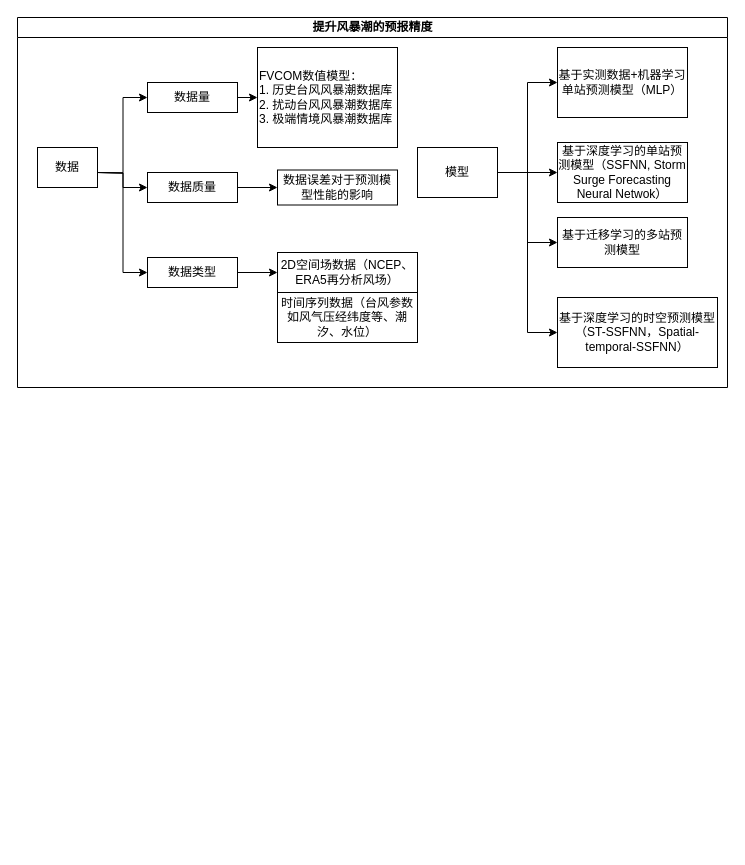
This is 硕士论文.drawio from Xylitolor/Xylitolee, a draw.io file, before an edit. Source tidied: cells renumbered, new cells numbered last; positions are measured from the earlier drawing's top-left corner, leaving out a move shared by most shapes. Both pictures are drawn from the tidied source at 100%, with x=0, y=0 at pixel (17, 17). Pictures stored in the file or linked from it are replaced by grey dashed boxes.
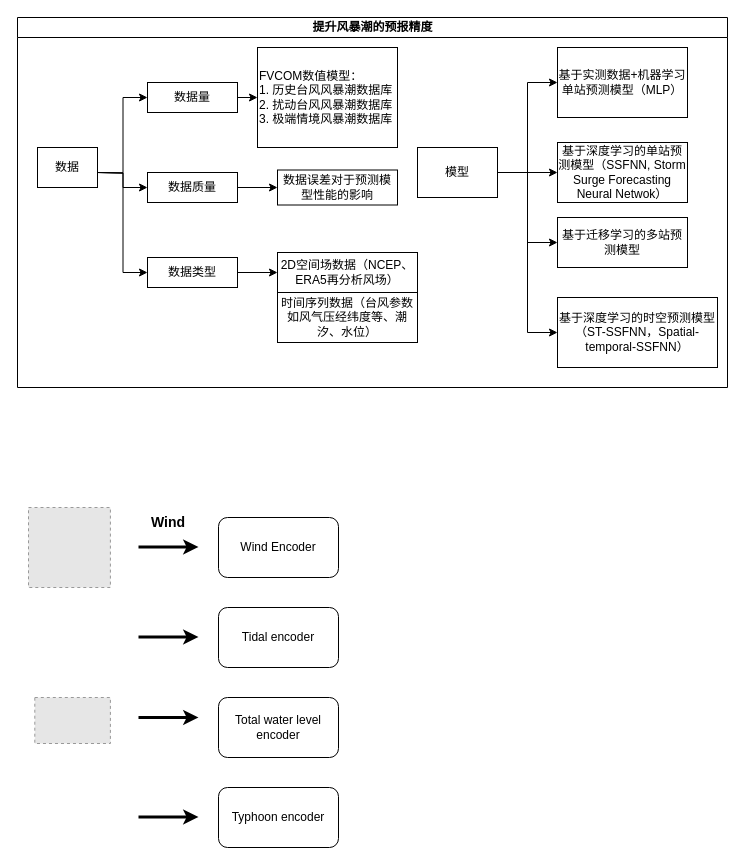
After the change.

Commit message (it also covers changes not shown here):
更新硕士论文.drawio

What changed in the source:
```diff
@@
+    <mxCell id="26" value="Wind Encoder" style="rounded=1;whiteSpace=wrap;html=1;" parent="1" vertex="1">
+      <mxGeometry x="201" y="500" width="120" height="60" as="geometry" />
+    </mxCell>
+    <mxCell id="27" value="Tidal encoder" style="rounded=1;whiteSpace=wrap;html=1;" parent="1" vertex="1">
+      <mxGeometry x="201" y="590" width="120" height="60" as="geometry" />
+    </mxCell>
+    <mxCell id="28" value="Total water level encoder" style="rounded=1;whiteSpace=wrap;html=1;" parent="1" vertex="1">
+      <mxGeometry x="201" y="680" width="120" height="60" as="geometry" />
+    </mxCell>
+    <mxCell id="29" value="Typhoon encoder" style="rounded=1;whiteSpace=wrap;html=1;" parent="1" vertex="1">
+      <mxGeometry x="201" y="770" width="120" height="60" as="geometry" />
+    </mxCell>
+    <mxCell id="30" style="endArrow=classic;html=1;rounded=0;strokeWidth=3;" parent="1" edge="1">
+      <mxGeometry relative="1" as="geometry">
+        <mxPoint x="121" y="529.5" as="sourcePoint" />
+        <mxPoint x="181" y="529.5" as="targetPoint" />
+      </mxGeometry>
+    </mxCell>
+    <mxCell id="31" style="endArrow=classic;html=1;rounded=0;strokeWidth=3;" parent="1" edge="1">
+      <mxGeometry relative="1" as="geometry">
+        <mxPoint x="121" y="619.5" as="sourcePoint" />
+        <mxPoint x="181" y="619.5" as="targetPoint" />
+      </mxGeometry>
+    </mxCell>
+    <mxCell id="32" style="endArrow=classic;html=1;rounded=0;strokeWidth=3;" parent="1" edge="1">
+      <mxGeometry relative="1" as="geometry">
+        <mxPoint x="121" y="700" as="sourcePoint" />
+        <mxPoint x="181" y="700" as="targetPoint" />
+      </mxGeometry>
+    </mxCell>
+    <mxCell id="33" style="endArrow=classic;html=1;rounded=0;strokeWidth=3;" parent="1" edge="1">
+      <mxGeometry relative="1" as="geometry">
+        <mxPoint x="121" y="799.5" as="sourcePoint" />
+        <mxPoint x="181" y="799.5" as="targetPoint" />
+      </mxGeometry>
+    </mxCell>
+    <mxCell id="34" style="fillColor=#E6E6E6;strokeColor=#999999;dashed=1;verticalLabelPosition=bottom;labelBackgroundColor=default;verticalAlign=top;" parent="1" vertex="1">
+      <mxGeometry x="11" y="490" width="81.9" height="80" as="geometry" />
+    </mxCell>
+    <mxCell id="35" value="Wind" style="text;html=1;strokeColor=none;fillColor=none;align=center;verticalAlign=middle;whiteSpace=wrap;rounded=0;fontStyle=1;fontSize=14;" parent="1" vertex="1">
+      <mxGeometry x="121" y="490" width="60" height="30" as="geometry" />
+    </mxCell>
+    <mxCell id="36" style="fillColor=#E6E6E6;strokeColor=#999999;dashed=1;verticalLabelPosition=bottom;labelBackgroundColor=default;verticalAlign=top;" parent="1" vertex="1">
+      <mxGeometry x="17.3" y="680" width="75.6" height="46" as="geometry" />
+    </mxCell>
```
